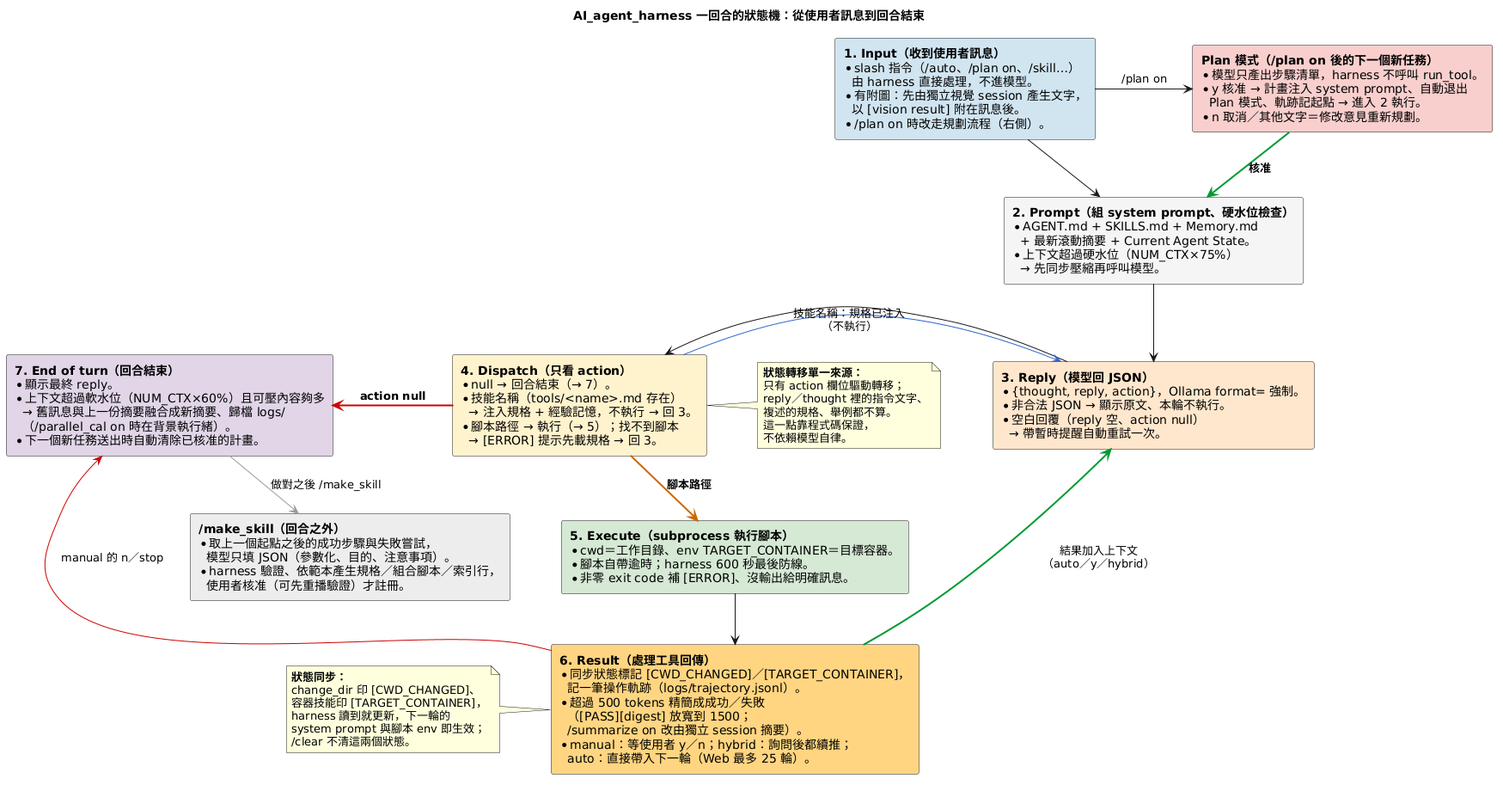
Above: doc/images/AI_agent_harness的狀態轉移.png in DavidZox/AI_agent_harness (PlantUML), before the change. Source of this version:
```plantuml
@startuml
skinparam RectangleWidthMax 350
skinparam ranksep 50
skinparam nodesep 60
skinparam shadowing false
skinparam defaultFontName "Microsoft JhengHei"

title AI_agent_harness 一回合的狀態機：從使用者訊息到回合結束

rectangle State1 #D1E5F0 [
  **1. Input（收到使用者訊息）**
  * slash 指令（/auto、/plan on、/skill…）
    由 harness 直接處理，不進模型。
  * 有附圖：先由獨立視覺 session 產生文字，
    以 [vision result] 附在訊息後。
  * /plan on 時改走規劃流程（右側）。
]

rectangle State2 #F5F5F5 [
  **2. Prompt（組 system prompt、硬水位檢查）**
  * AGENT.md + SKILLS.md + Memory.md
    + 最新滾動摘要 + Current Agent State。
  * 上下文超過硬水位（NUM_CTX×75%）
    → 先同步壓縮再呼叫模型。
]

rectangle State3 #FFE6CC [
  **3. Reply（模型回 JSON）**
  * {thought, reply, action}，Ollama format= 強制。
  * 非合法 JSON → 顯示原文、本輪不執行。
  * 空白回覆（reply 空、action null）
    → 帶暫時提醒自動重試一次。
]

rectangle State4 #FFF2CC [
  **4. Dispatch（只看 action）**
  * null → 回合結束（→ 7）。
  * 技能名稱（tools/<name>.md 存在）
    → 注入規格 + 經驗記憶，不執行 → 回 3。
  * 腳本路徑 → 執行（→ 5）；找不到腳本
    → [ERROR] 提示先載規格 → 回 3。
]

rectangle State5 #D5E8D4 [
  **5. Execute（subprocess 執行腳本）**
  * cwd＝工作目錄、env TARGET_CONTAINER＝目標容器。
  * 腳本自帶逾時；harness 600 秒最後防線。
  * 非零 exit code 補 [ERROR]、沒輸出給明確訊息。
]

rectangle State6 #FFD580 [
  **6. Result（處理工具回傳）**
  * 同步狀態標記 [CWD_CHANGED]／[TARGET_CONTAINER]，
    記一筆操作軌跡（logs/trajectory.jsonl）。
  * 超過 500 tokens 精簡成成功／失敗
    （[PASS][digest] 放寬到 1500；
    /summarize on 改由獨立 session 摘要）。
  * manual：等使用者 y／n；hybrid：詢問後都續推；
    auto：直接帶入下一輪（Web 最多 25 輪）。
]

rectangle State7 #E1D5E7 [
  **7. End of turn（回合結束）**
  * 顯示最終 reply。
  * 上下文超過軟水位（NUM_CTX×60%）且可壓內容夠多
    → 舊訊息與上一份摘要融合成新摘要、歸檔 logs/
    （/parallel_cal on 時在背景執行緒）。
  * 下一個新任務送出時自動清除已核准的計畫。
]

rectangle StatePlan #F8CECC [
  **Plan 模式（/plan on 後的下一個新任務）**
  * 模型只產出步驟清單，harness 不呼叫 run_tool。
  * y 核准 → 計畫注入 system prompt、自動退出
    Plan 模式、軌跡記起點 → 進入 2 執行。
  * n 取消／其他文字＝修改意見重新規劃。
]

rectangle StateSkill #ECECEC [
  **/make_skill（回合之外）**
  * 取上一個起點之後的成功步驟與失敗嘗試，
    模型只填 JSON（參數化、目的、注意事項）。
  * harness 驗證、依範本產生規格／組合腳本／索引行，
    使用者核准（可先重播驗證）才註冊。
]

State1 -down-> State2
State2 -down-> State3
State3 -down-> State4
State4 -[#CC6600,bold]down-> State5 : **腳本路徑**
State4 -[#3366CC]right-> State3 : 技能名稱：規格已注入\n（不執行）
State5 -down-> State6
State6 -[#009933,bold]up-> State3 : 結果加入上下文\n（auto／y／hybrid）
State4 -[#CC0000,bold]left-> State7 : **action null**
State6 -[#CC0000]left-> State7 : manual 的 n／stop
State1 -right-> StatePlan : /plan on
StatePlan -[#009933,bold]down-> State2 : **核准**
State7 -[#999999]down-> StateSkill : 做對之後 /make_skill

note right of State4
  **狀態轉移單一來源：**
  只有 action 欄位驅動轉移；
  reply／thought 裡的指令文字、
  複述的規格、舉例都不算。
  這一點靠程式碼保證，
  不依賴模型自律。
end note

note left of State6
  **狀態同步：**
  change_dir 印 [CWD_CHANGED]、
  容器技能印 [TARGET_CONTAINER]，
  harness 讀到就更新，下一輪的
  system prompt 與腳本 env 即生效；
  /clear 不清這兩個狀態。
end note
@enduml
```
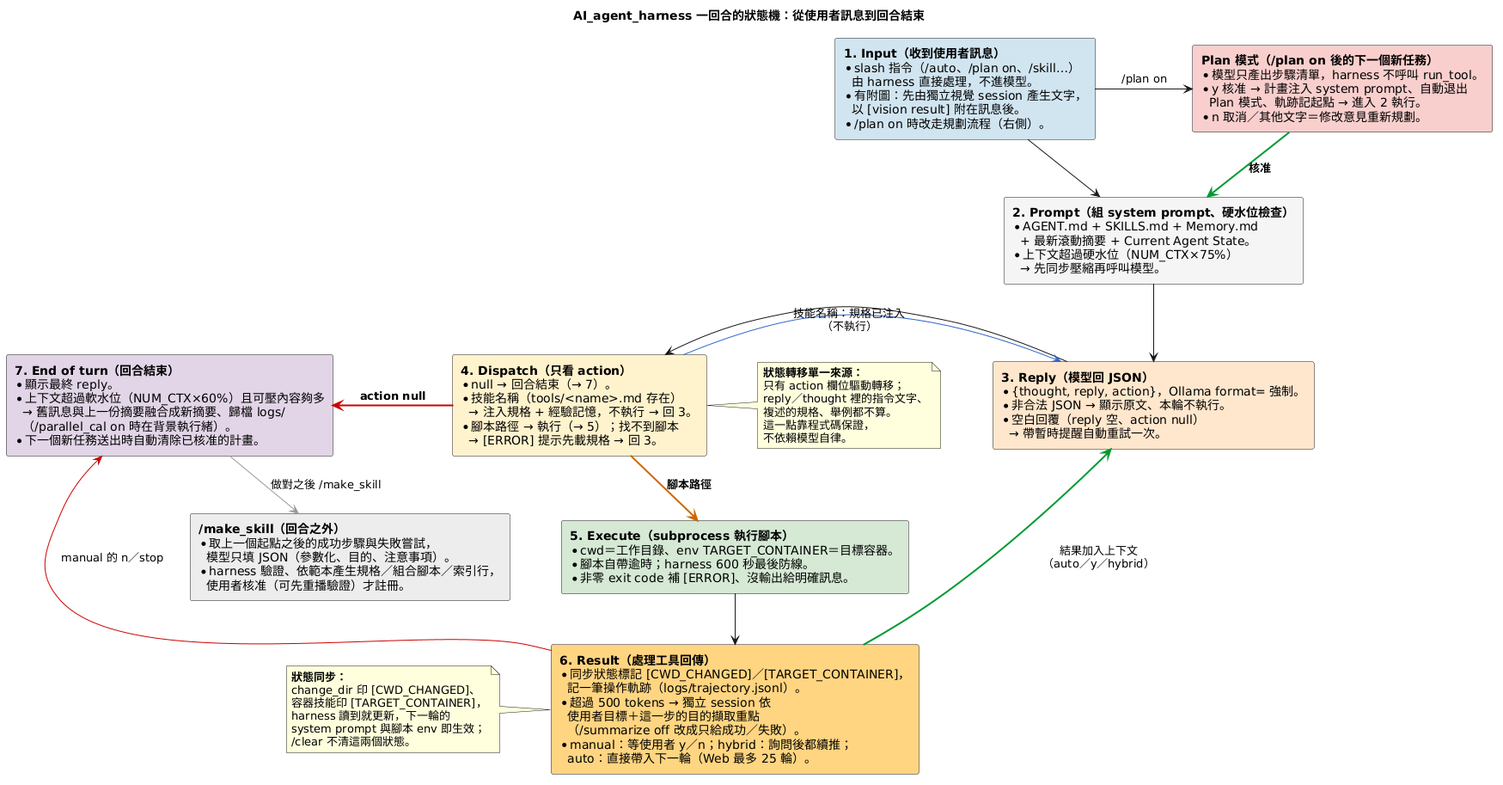
The same file after the commit.

The edit, as a diff of the source:
```diff
@@ -52,9 +52,9 @@
   **6. Result（處理工具回傳）**
   * 同步狀態標記 [CWD_CHANGED]／[TARGET_CONTAINER]，
     記一筆操作軌跡（logs/trajectory.jsonl）。
-  * 超過 500 tokens 精簡成成功／失敗
-    （[PASS][digest] 放寬到 1500；
-    /summarize on 改由獨立 session 摘要）。
+  * 超過 500 tokens → 獨立 session 依
+    使用者目標＋這一步的目的擷取重點
+    （/summarize off 改成只給成功／失敗）。
   * manual：等使用者 y／n；hybrid：詢問後都續推；
     auto：直接帶入下一輪（Web 最多 25 輪）。
 ]
```
